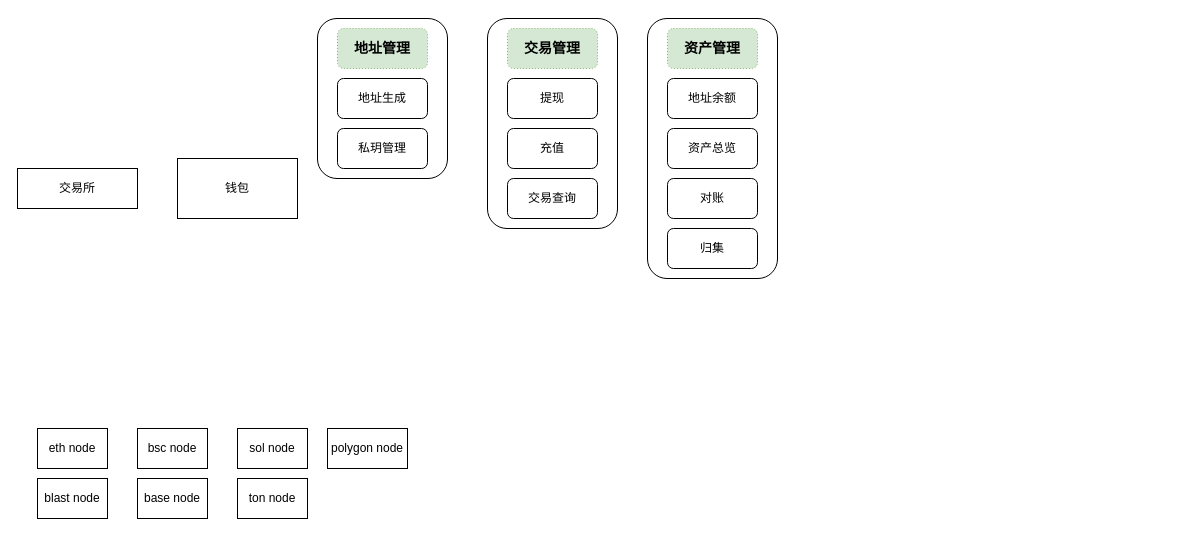
Earlier version of the draw.io diagram test.drawio (jirasun/sun). Source tidied: cells renumbered, new cells numbered last; positions are measured from the earlier drawing's top-left corner, leaving out a move shared by most shapes. Both pictures are drawn from the tidied source at 100%, with x=0, y=0 at pixel (17, 18).
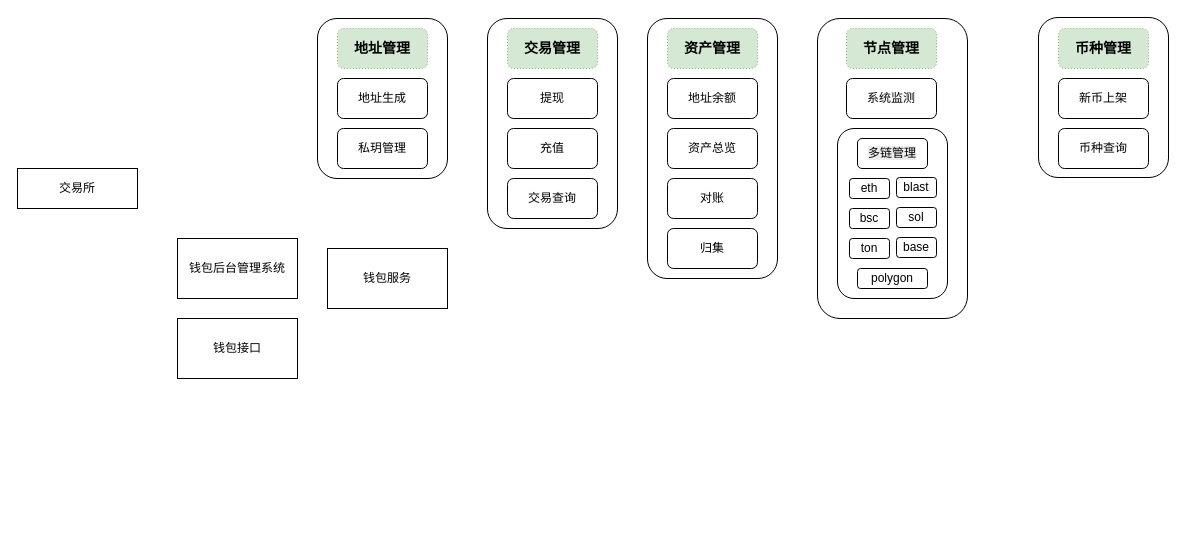
The same page after the edit.

Change to the diagram source:
```diff
@@
-    <mxCell id="3" value="钱包" style="rounded=0;whiteSpace=wrap;html=1;" parent="1" vertex="1">
-      <mxGeometry x="160" y="140" width="120" height="60" as="geometry" />
+    <mxCell id="3" value="钱包服务" style="rounded=0;whiteSpace=wrap;html=1;" parent="1" vertex="1">
+      <mxGeometry x="310" y="230" width="120" height="60" as="geometry" />
     </mxCell>
-    <mxCell id="4" value="eth node" style="rounded=0;whiteSpace=wrap;html=1;direction=east;" parent="1" vertex="1">
-      <mxGeometry x="20" y="410" width="70" height="40" as="geometry" />
-    </mxCell>
-    <mxCell id="5" value="polygon&lt;span style=&quot;background-color: transparent; color: light-dark(rgb(0, 0, 0), rgb(255, 255, 255));&quot;&gt;&amp;nbsp;node&lt;/span&gt;" style="rounded=0;whiteSpace=wrap;html=1;direction=east;" parent="1" vertex="1">
-      <mxGeometry x="310" y="410" width="80" height="40" as="geometry" />
-    </mxCell>
-    <mxCell id="6" value="&lt;span style=&quot;background-color: transparent; color: light-dark(rgb(0, 0, 0), rgb(255, 255, 255));&quot;&gt;base&lt;/span&gt;&lt;span style=&quot;background-color: transparent; color: light-dark(rgb(0, 0, 0), rgb(255, 255, 255));&quot;&gt;&amp;nbsp;node&lt;/span&gt;" style="rounded=0;whiteSpace=wrap;html=1;direction=east;" parent="1" vertex="1">
-      <mxGeometry x="120" y="460" width="70" height="40" as="geometry" />
-    </mxCell>
-    <mxCell id="7" value="bsc&lt;span style=&quot;background-color: transparent; color: light-dark(rgb(0, 0, 0), rgb(255, 255, 255));&quot;&gt;&amp;nbsp;node&lt;/span&gt;" style="rounded=0;whiteSpace=wrap;html=1;direction=east;" parent="1" vertex="1">
-      <mxGeometry x="120" y="410" width="70" height="40" as="geometry" />
-    </mxCell>
-    <mxCell id="8" value="sol node" style="rounded=0;whiteSpace=wrap;html=1;direction=east;" parent="1" vertex="1">
-      <mxGeometry x="220" y="410" width="70" height="40" as="geometry" />
-    </mxCell>
-    <mxCell id="9" value="blast&lt;span style=&quot;background-color: transparent; color: light-dark(rgb(0, 0, 0), rgb(255, 255, 255));&quot;&gt;&amp;nbsp;node&lt;/span&gt;" style="rounded=0;whiteSpace=wrap;html=1;direction=east;" parent="1" vertex="1">
-      <mxGeometry x="20" y="460" width="70" height="40" as="geometry" />
-    </mxCell>
-    <mxCell id="10" value="&lt;span style=&quot;background-color: transparent; color: light-dark(rgb(0, 0, 0), rgb(255, 255, 255));&quot;&gt;t&lt;/span&gt;&lt;span style=&quot;background-color: transparent; color: light-dark(rgb(0, 0, 0), rgb(255, 255, 255));&quot;&gt;on&lt;/span&gt;&lt;span style=&quot;background-color: transparent; color: light-dark(rgb(0, 0, 0), rgb(255, 255, 255));&quot;&gt;&amp;nbsp;node&lt;/span&gt;" style="rounded=0;whiteSpace=wrap;html=1;direction=east;" parent="1" vertex="1">
-      <mxGeometry x="220" y="460" width="70" height="40" as="geometry" />
-    </mxCell>
@@
+    <mxCell id="26" value="&lt;h3&gt;&lt;br&gt;&lt;/h3&gt;" style="rounded=1;whiteSpace=wrap;html=1;align=left;verticalAlign=top;" parent="1" vertex="1">
+      <mxGeometry x="800" width="150" height="300" as="geometry" />
+    </mxCell>
+    <mxCell id="27" value="系统监测" style="rounded=1;whiteSpace=wrap;html=1;" parent="1" vertex="1">
+      <mxGeometry x="829" y="60" width="90" height="40" as="geometry" />
+    </mxCell>
+    <mxCell id="28" style="rounded=1;whiteSpace=wrap;html=1;" parent="1" vertex="1">
+      <mxGeometry x="820" y="110" width="110" height="170" as="geometry" />
+    </mxCell>
+    <mxCell id="29" value="&lt;h3 style=&quot;text-align: left;&quot;&gt;&lt;font style=&quot;font-size: 14px; line-height: 14px;&quot;&gt;节点管理&lt;/font&gt;&lt;/h3&gt;" style="rounded=1;whiteSpace=wrap;html=1;fillColor=#d5e8d4;strokeColor=#82b366;dashed=1;dashPattern=1 2;" parent="1" vertex="1">
+      <mxGeometry x="829" y="10" width="90" height="40" as="geometry" />
+    </mxCell>
+    <mxCell id="30" value="钱包后台管理系统" style="rounded=0;whiteSpace=wrap;html=1;" parent="1" vertex="1">
+      <mxGeometry x="160" y="220" width="120" height="60" as="geometry" />
+    </mxCell>
+    <mxCell id="31" value="钱包接口" style="rounded=0;whiteSpace=wrap;html=1;" parent="1" vertex="1">
+      <mxGeometry x="160" y="300" width="120" height="60" as="geometry" />
+    </mxCell>
+    <mxCell id="32" value="&lt;span style=&quot;color: rgb(0, 0, 0); font-family: Helvetica; font-size: 12px; font-style: normal; font-variant-ligatures: normal; font-variant-caps: normal; font-weight: 400; letter-spacing: normal; orphans: 2; text-align: center; text-indent: 0px; text-transform: none; widows: 2; word-spacing: 0px; -webkit-text-stroke-width: 0px; white-space: normal; background-color: rgb(236, 236, 236); text-decoration-thickness: initial; text-decoration-style: initial; text-decoration-color: initial; display: inline !important; float: none;&quot;&gt;多链管理&lt;/span&gt;" style="rounded=1;whiteSpace=wrap;html=1;" parent="1" vertex="1">
+      <mxGeometry x="840" y="120" width="70" height="30" as="geometry" />
+    </mxCell>
+    <mxCell id="33" value="eth" style="rounded=1;whiteSpace=wrap;html=1;" parent="1" vertex="1">
+      <mxGeometry x="832" y="160" width="40" height="20" as="geometry" />
+    </mxCell>
+    <mxCell id="34" value="bsc" style="rounded=1;whiteSpace=wrap;html=1;" parent="1" vertex="1">
+      <mxGeometry x="832" y="190" width="40" height="20" as="geometry" />
+    </mxCell>
+    <mxCell id="35" value="polygon" style="rounded=1;whiteSpace=wrap;html=1;" parent="1" vertex="1">
+      <mxGeometry x="840" y="250" width="70" height="20" as="geometry" />
+    </mxCell>
+    <mxCell id="36" value="ton" style="rounded=1;whiteSpace=wrap;html=1;" parent="1" vertex="1">
+      <mxGeometry x="832" y="220" width="40" height="20" as="geometry" />
+    </mxCell>
+    <mxCell id="37" value="blast" style="rounded=1;whiteSpace=wrap;html=1;" parent="1" vertex="1">
+      <mxGeometry x="879" y="159" width="40" height="20" as="geometry" />
+    </mxCell>
+    <mxCell id="38" value="sol" style="rounded=1;whiteSpace=wrap;html=1;" parent="1" vertex="1">
+      <mxGeometry x="879" y="189" width="40" height="20" as="geometry" />
+    </mxCell>
+    <mxCell id="39" value="base" style="rounded=1;whiteSpace=wrap;html=1;" parent="1" vertex="1">
+      <mxGeometry x="879" y="219" width="40" height="20" as="geometry" />
+    </mxCell>
+    <mxCell id="40" value="&lt;h3&gt;&lt;br&gt;&lt;/h3&gt;" style="rounded=1;whiteSpace=wrap;html=1;align=left;verticalAlign=top;" parent="1" vertex="1">
+      <mxGeometry x="1021" y="-1" width="130" height="160" as="geometry" />
+    </mxCell>
+    <mxCell id="41" value="新币上架" style="rounded=1;whiteSpace=wrap;html=1;" parent="1" vertex="1">
+      <mxGeometry x="1041" y="60" width="90" height="40" as="geometry" />
+    </mxCell>
+    <mxCell id="42" value="币种查询" style="rounded=1;whiteSpace=wrap;html=1;" parent="1" vertex="1">
+      <mxGeometry x="1041" y="110" width="90" height="40" as="geometry" />
+    </mxCell>
+    <mxCell id="43" value="&lt;h3 style=&quot;text-align: left;&quot;&gt;&lt;font style=&quot;font-size: 14px; line-height: 14px;&quot;&gt;币种管理&lt;/font&gt;&lt;/h3&gt;" style="rounded=1;whiteSpace=wrap;html=1;fillColor=#d5e8d4;strokeColor=#82b366;dashed=1;dashPattern=1 2;" parent="1" vertex="1">
+      <mxGeometry x="1041" y="10" width="90" height="40" as="geometry" />
+    </mxCell>
```
